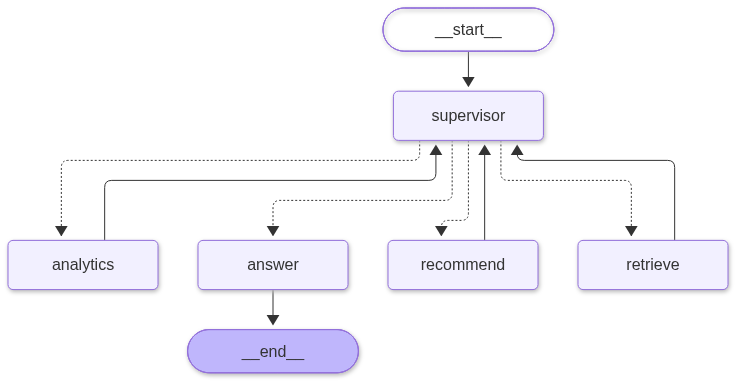
Earlier version of the Mermaid export graph_output/workflow.png (ipul122/Cp3_anwar). Its source is kept beside it as graph_output/workflow.mmd.
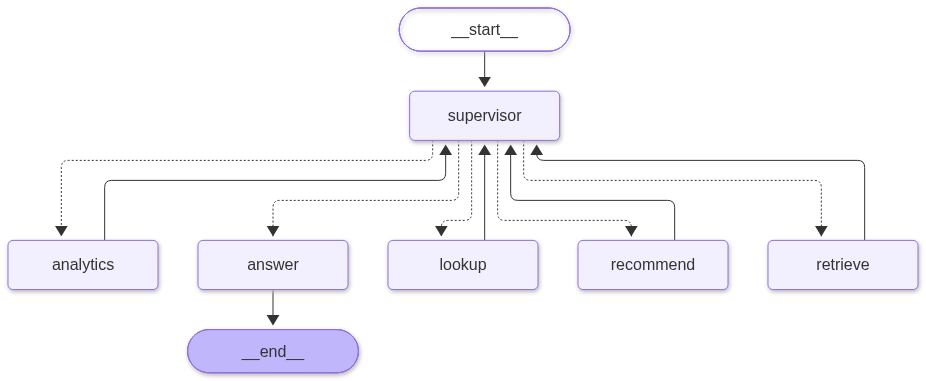
Above is the later version.

Commit message:
fix(agent): route lookup + link IMDb di konteks + card dari hasil SQL + konteks lebih hemat token

Change to the diagram source:
```diff
@@ -9,14 +9,17 @@
 	retrieve(retrieve)
 	analytics(analytics)
 	recommend(recommend)
+	lookup(lookup)
 	answer(answer)
 	__end__([<p>__end__</p>]):::last
 	__start__ --> supervisor;
 	analytics --> supervisor;
+	lookup --> supervisor;
 	recommend --> supervisor;
 	retrieve --> supervisor;
 	supervisor -.-> analytics;
 	supervisor -.-> answer;
+	supervisor -.-> lookup;
 	supervisor -.-> recommend;
 	supervisor -.-> retrieve;
 	answer --> __end__;
```
